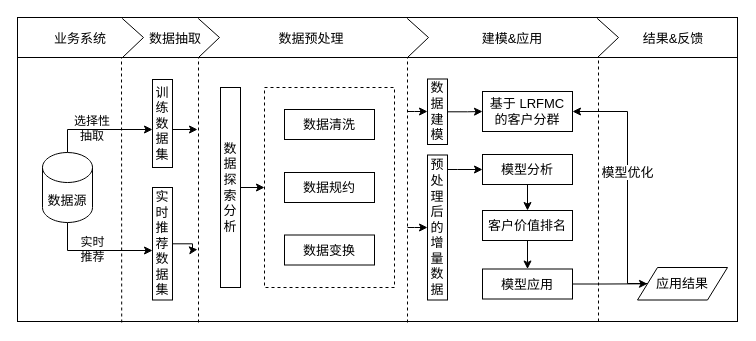
Above: 一种基于天气的晾衣机功能推荐系统.drawio in Eurkon/Diagrams (draw.io), before the change. Source tidied: cells renumbered, new cells numbered last; positions are measured from the earlier drawing's top-left corner, leaving out a move shared by most shapes. Both pictures are drawn from the tidied source at 100%, with x=0, y=0 at pixel (17, 17).
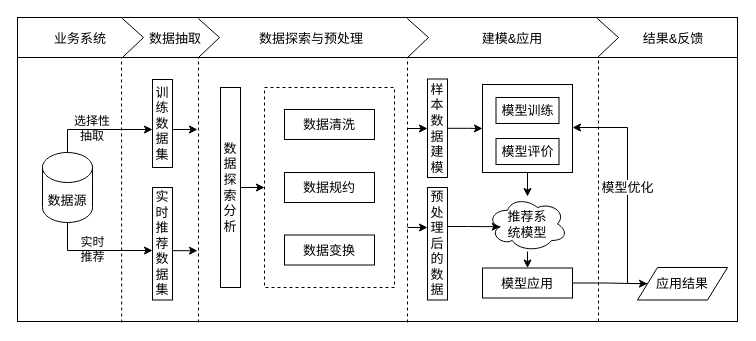
Above is the later version.

Commit message (it also covers changes not shown here):
更新一种基于天气的晾衣机功能推荐系统.drawio

Unchanged cells that the change refers to:
```xml
<mxCell id="9" value="实时推荐数据集" style="rounded=0;whiteSpace=wrap;html=1;fontSize=13;" parent="1" vertex="1">
  <mxGeometry x="135" y="170" width="20" height="112.5" as="geometry" />
</mxCell>
```

The edit, as a diff of the source:
```diff
@@
-    <mxCell id="8" style="edgeStyle=orthogonalEdgeStyle;rounded=0;jettySize=auto;html=1;" parent="1" edge="1" source="9">
+    <mxCell id="8" style="edgeStyle=orthogonalEdgeStyle;rounded=0;orthogonalLoop=1;jettySize=auto;html=1;" parent="1" edge="1">
       <mxGeometry relative="1" as="geometry">
-        <mxPoint x="180" y="232" as="targetPoint" />
+        <mxPoint x="155" y="233.2" as="sourcePoint" />
+        <mxPoint x="180" y="233" as="targetPoint" />
       </mxGeometry>
     </mxCell>
@@
+    <mxCell id="49" style="edgeStyle=orthogonalEdgeStyle;rounded=0;jettySize=auto;html=1;" parent="1" edge="1" source="10" target="52">
+      <mxGeometry relative="1" as="geometry" />
+    </mxCell>
-    <mxCell id="10" value="基于 LRFMC 的客户分群" style="rounded=0;whiteSpace=wrap;html=1;fontSize=13;" parent="1" vertex="1">
-      <mxGeometry x="465" y="74" width="90" height="40" as="geometry" />
+    <mxCell id="10" style="rounded=0;whiteSpace=wrap;html=1;fontSize=13;" parent="1" vertex="1">
+      <mxGeometry x="465" y="67" width="90" height="88" as="geometry" />
     </mxCell>
-    <mxCell id="11" style="edgeStyle=orthogonalEdgeStyle;rounded=0;jettySize=auto;html=1;" parent="1" edge="1" source="12" target="14">
-      <mxGeometry relative="1" as="geometry" />
-    </mxCell>
-    <mxCell id="12" value="客户价值排名" style="rounded=0;whiteSpace=wrap;html=1;fontSize=13;" parent="1" vertex="1">
-      <mxGeometry x="465" y="193" width="90" height="30" as="geometry" />
-    </mxCell>
@@
     <mxCell id="14" value="模型应用" style="rounded=0;whiteSpace=wrap;html=1;fontSize=13;" parent="1" vertex="1">
-      <mxGeometry x="465" y="251.5" width="90" height="30" as="geometry" />
+      <mxGeometry x="465" y="250.5" width="90" height="30" as="geometry" />
     </mxCell>
-    <mxCell id="15" style="edgeStyle=orthogonalEdgeStyle;rounded=0;orthogonalLoop=1;jettySize=auto;html=1;entryX=1;entryY=0.5;entryDx=0;entryDy=0;fontSize=13;exitX=0.144;exitY=0.431;exitDx=0;exitDy=0;exitPerimeter=0;" parent="1" edge="1">
+    <mxCell id="15" style="edgeStyle=orthogonalEdgeStyle;rounded=0;orthogonalLoop=1;jettySize=auto;html=1;fontSize=13;exitX=0.144;exitY=0.431;exitDx=0;exitDy=0;exitPerimeter=0;" parent="1" edge="1">
       <mxGeometry relative="1" as="geometry">
         <mxPoint x="633" y="266" as="sourcePoint" />
-        <mxPoint x="555" y="94" as="targetPoint" />
+        <mxPoint x="555" y="110" as="targetPoint" />
         <Array as="points">
           <mxPoint x="610" y="266" />
-          <mxPoint x="610" y="94" />
+          <mxPoint x="610" y="110" />
+          <mxPoint x="555" y="110" />
         </Array>
       </mxGeometry>
     </mxCell>
@@
     <mxCell id="21" value="模型优化" style="text;html=1;strokeColor=none;fillColor=none;align=center;verticalAlign=middle;whiteSpace=wrap;rounded=0;fontSize=13;labelBackgroundColor=#ffffff;" parent="1" vertex="1">
-      <mxGeometry x="578" y="144.5" width="65" height="20" as="geometry" />
+      <mxGeometry x="578" y="160" width="65" height="20" as="geometry" />
     </mxCell>
@@
-    <mxCell id="29" value="数据预处理" style="text;html=1;strokeColor=none;fillColor=none;align=center;verticalAlign=middle;whiteSpace=wrap;rounded=0;labelBackgroundColor=#ffffff;fontSize=13;" parent="1" vertex="1">
+    <mxCell id="29" value="数据探索与预处理" style="text;html=1;strokeColor=none;fillColor=none;align=center;verticalAlign=middle;whiteSpace=wrap;rounded=0;labelBackgroundColor=#ffffff;fontSize=13;" parent="1" vertex="1">
       <mxGeometry x="234" y="11" width="120" height="20" as="geometry" />
     </mxCell>
@@
-    <mxCell id="40" value="数据建模" style="rounded=0;whiteSpace=wrap;html=1;horizontal=1;fontSize=13;" parent="1" vertex="1">
-      <mxGeometry x="410" y="61.5" width="20" height="65.5" as="geometry" />
+    <mxCell id="40" value="样本&lt;br&gt;数据建模" style="rounded=0;whiteSpace=wrap;html=1;horizontal=1;fontSize=13;" parent="1" vertex="1">
+      <mxGeometry x="410" y="61.5" width="20" height="98.5" as="geometry" />
     </mxCell>
-    <mxCell id="41" style="edgeStyle=orthogonalEdgeStyle;rounded=0;jettySize=auto;html=1;" parent="1" edge="1" source="42" target="44">
-      <mxGeometry relative="1" as="geometry">
-        <Array as="points">
-          <mxPoint x="440" y="152" />
-          <mxPoint x="440" y="152" />
-        </Array>
-      </mxGeometry>
-    </mxCell>
+    <mxCell id="50" style="edgeStyle=orthogonalEdgeStyle;rounded=0;jettySize=auto;html=1;entryX=0.16;entryY=0.55;entryDx=0;entryDy=0;entryPerimeter=0;" parent="1" edge="1" source="42" target="52">
+      <mxGeometry relative="1" as="geometry">
+        <Array as="points">
+          <mxPoint x="450" y="209" />
+          <mxPoint x="450" y="209" />
+        </Array>
+      </mxGeometry>
+    </mxCell>
-    <mxCell id="42" value="预处理后的增量数据" style="rounded=0;whiteSpace=wrap;html=1;horizontal=1;fontSize=13;" parent="1" vertex="1">
-      <mxGeometry x="410" y="137.5" width="20" height="145" as="geometry" />
+    <mxCell id="42" value="预处理后的数据" style="rounded=0;whiteSpace=wrap;html=1;horizontal=1;fontSize=13;" parent="1" vertex="1">
+      <mxGeometry x="410" y="170" width="20" height="112.5" as="geometry" />
     </mxCell>
-    <mxCell id="43" style="edgeStyle=orthogonalEdgeStyle;rounded=0;jettySize=auto;html=1;" parent="1" edge="1" source="44" target="12">
-      <mxGeometry relative="1" as="geometry" />
-    </mxCell>
-    <mxCell id="44" value="模型分析" style="rounded=0;whiteSpace=wrap;html=1;fontSize=13;" parent="1" vertex="1">
-      <mxGeometry x="465" y="137" width="90" height="30" as="geometry" />
+    <mxCell id="44" value="模型评价" style="rounded=0;whiteSpace=wrap;html=1;fontSize=13;" parent="1" vertex="1">
+      <mxGeometry x="478.5" y="121" width="63" height="26" as="geometry" />
     </mxCell>
     <mxCell id="45" style="edgeStyle=orthogonalEdgeStyle;rounded=0;jettySize=auto;html=1;" parent="1" edge="1" target="40">
       <mxGeometry relative="1" as="geometry">
-        <mxPoint x="390" y="94" as="sourcePoint" />
+        <mxPoint x="390" y="111" as="sourcePoint" />
         <Array as="points">
-          <mxPoint x="397" y="94" />
-          <mxPoint x="397" y="94" />
+          <mxPoint x="390" y="111" />
         </Array>
       </mxGeometry>
     </mxCell>
-    <mxCell id="46" style="edgeStyle=orthogonalEdgeStyle;rounded=0;jettySize=auto;html=1;" parent="1" edge="1" target="42">
+    <mxCell id="46" style="edgeStyle=orthogonalEdgeStyle;rounded=0;orthogonalLoop=1;jettySize=auto;html=1;" parent="1" edge="1">
       <mxGeometry relative="1" as="geometry">
         <mxPoint x="390" y="210" as="sourcePoint" />
+        <mxPoint x="410" y="210" as="targetPoint" />
         <Array as="points">
-          <mxPoint x="397" y="210" />
-          <mxPoint x="397" y="210" />
+          <mxPoint x="390" y="210" />
+          <mxPoint x="410" y="210" />
         </Array>
       </mxGeometry>
     </mxCell>
@@
+    <mxCell id="51" style="edgeStyle=orthogonalEdgeStyle;rounded=0;jettySize=auto;html=1;" parent="1" edge="1" source="52" target="14">
+      <mxGeometry relative="1" as="geometry">
+        <Array as="points">
+          <mxPoint x="510" y="230" />
+          <mxPoint x="510" y="230" />
+        </Array>
+      </mxGeometry>
+    </mxCell>
+    <mxCell id="52" value="&lt;font style=&quot;font-size: 13px&quot;&gt;推荐系&lt;br&gt;统模型&lt;/font&gt;" style="ellipse;shape=cloud;whiteSpace=wrap;html=1;" parent="1" vertex="1">
+      <mxGeometry x="470" y="179" width="80" height="55" as="geometry" />
+    </mxCell>
+    <mxCell id="53" value="模型训练" style="rounded=0;whiteSpace=wrap;html=1;fontSize=13;" parent="1" vertex="1">
+      <mxGeometry x="478.5" y="80" width="63" height="26" as="geometry" />
+    </mxCell>
```
